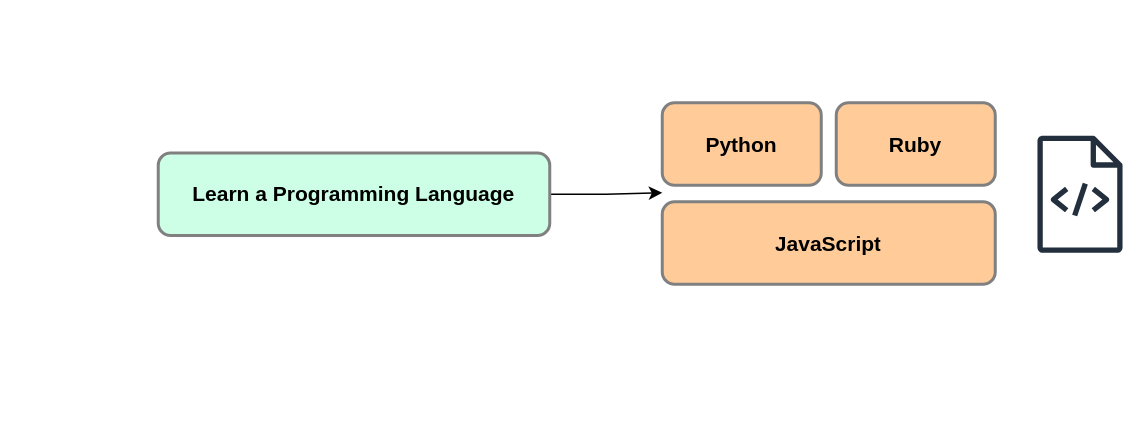
Before: MyLearning.drawio in abdulrm94/my-learning, a draw.io diagram. Source tidied: cells renumbered, new cells numbered last; positions are measured from the earlier drawing's top-left corner, leaving out a move shared by most shapes. Both pictures are drawn from the tidied source at 150%, with x=0, y=0 at pixel (158, 102).
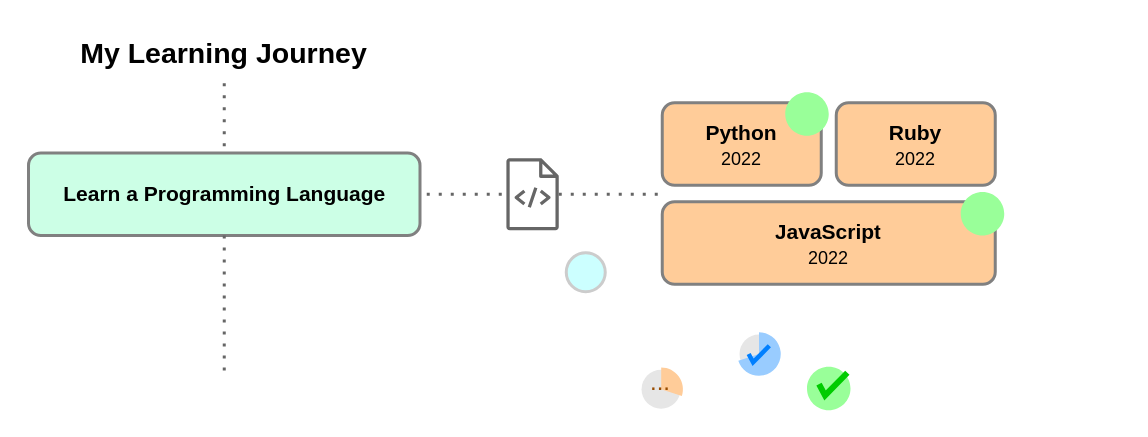
The same diagram, later.

The edit, as a diff of the source:
```diff
@@
-    <mxCell id="2" style="sketch=0;outlineConnect=0;fontColor=#232F3E;gradientColor=none;fillColor=#232F3D;strokeColor=none;dashed=0;verticalLabelPosition=bottom;verticalAlign=top;align=center;html=1;fontSize=12;fontStyle=0;shape=mxgraph.aws4.source_code;" parent="1" vertex="1">
-      <mxGeometry x="586" y="22" width="57" height="78" as="geometry" />
-    </mxCell>
-    <mxCell id="3" style="edgeStyle=orthogonalEdgeStyle;rounded=0;jettySize=auto;html=1;" parent="1" edge="1" source="4">
-      <mxGeometry relative="1" as="geometry">
-        <mxPoint x="336" y="60" as="targetPoint" />
-      </mxGeometry>
-    </mxCell>
     <mxCell id="4" value="Learn a Programming&amp;nbsp;Language" style="text;strokeColor=#808080;fillColor=#CCFFE6;align=center;verticalAlign=middle;spacingLeft=0;spacingRight=0;overflow=hidden;points=[[0,0.5],[1,0.5]];portConstraint=eastwest;whiteSpace=wrap;html=1;spacing=0;fontStyle=1;strokeWidth=2;rounded=1;fontSize=14;" parent="1" vertex="1">
-      <mxGeometry y="33.5" width="261" height="55" as="geometry" />
+      <mxGeometry x="-86.5" y="33.5" width="261" height="55" as="geometry" />
     </mxCell>
-    <mxCell id="5" value="Python" style="text;strokeColor=#808080;fillColor=#FFCC99;align=center;verticalAlign=middle;spacingLeft=0;spacingRight=0;overflow=hidden;whiteSpace=wrap;html=1;spacing=0;fontStyle=1;strokeWidth=2;rounded=1;fontSize=14;" parent="1" vertex="1">
+    <mxCell id="5" value="Python&lt;br&gt;&lt;font style=&quot;font-size: 12px; font-weight: normal;&quot;&gt;2022&lt;/font&gt;" style="text;strokeColor=#808080;fillColor=#FFCC99;align=center;verticalAlign=middle;spacingLeft=0;spacingRight=0;overflow=hidden;whiteSpace=wrap;html=1;spacing=0;fontStyle=1;strokeWidth=2;rounded=1;fontSize=14;" parent="1" vertex="1">
       <mxGeometry x="336" width="106" height="55" as="geometry" />
     </mxCell>
-    <mxCell id="6" value="Ruby" style="text;strokeColor=#808080;fillColor=#FFCC99;align=center;verticalAlign=middle;spacingLeft=0;spacingRight=0;overflow=hidden;whiteSpace=wrap;html=1;spacing=0;fontStyle=1;strokeWidth=2;rounded=1;fontSize=14;" parent="1" vertex="1">
+    <mxCell id="6" value="Ruby&lt;br&gt;&lt;span style=&quot;font-weight: normal;&quot;&gt;&lt;font style=&quot;font-size: 12px;&quot;&gt;2022&lt;/font&gt;&lt;/span&gt;" style="text;strokeColor=#808080;fillColor=#FFCC99;align=center;verticalAlign=middle;spacingLeft=0;spacingRight=0;overflow=hidden;whiteSpace=wrap;html=1;spacing=0;fontStyle=1;strokeWidth=2;rounded=1;fontSize=14;" parent="1" vertex="1">
       <mxGeometry x="452" width="106" height="55" as="geometry" />
     </mxCell>
-    <mxCell id="7" value="JavaScript" style="text;strokeColor=#808080;fillColor=#FFCC99;align=center;verticalAlign=middle;spacingLeft=0;spacingRight=0;overflow=hidden;whiteSpace=wrap;html=1;spacing=0;fontStyle=1;strokeWidth=2;rounded=1;fontSize=14;" parent="1" vertex="1">
+    <mxCell id="7" value="JavaScript&lt;br&gt;&lt;font style=&quot;font-size: 12px; font-weight: normal;&quot;&gt;2022&lt;/font&gt;" style="text;strokeColor=#808080;fillColor=#FFCC99;align=center;verticalAlign=middle;spacingLeft=0;spacingRight=0;overflow=hidden;whiteSpace=wrap;html=1;spacing=0;fontStyle=1;strokeWidth=2;rounded=1;fontSize=14;" parent="1" vertex="1">
       <mxGeometry x="336" y="66" width="222" height="55" as="geometry" />
     </mxCell>
+    <mxCell id="8" style="endArrow=none;dashed=1;html=1;dashPattern=1 3;strokeWidth=2;rounded=0;strokeColor=#666666;" parent="1" edge="1" source="2">
+      <mxGeometry relative="1" as="geometry">
+        <mxPoint x="334" y="61" as="targetPoint" />
+      </mxGeometry>
+    </mxCell>
+    <mxCell id="9" style="endArrow=none;dashed=1;html=1;dashPattern=1 3;strokeWidth=2;rounded=0;strokeColor=#666666;" parent="1" edge="1" target="2">
+      <mxGeometry relative="1" as="geometry">
+        <mxPoint x="179" y="61" as="sourcePoint" />
+      </mxGeometry>
+    </mxCell>
+    <mxCell id="2" style="sketch=0;outlineConnect=0;fontColor=#232F3E;gradientColor=none;fillColor=#666666;strokeColor=none;dashed=0;verticalLabelPosition=bottom;verticalAlign=top;align=center;html=1;fontSize=12;fontStyle=0;shape=mxgraph.aws4.source_code;" parent="1" vertex="1">
+      <mxGeometry x="232" y="37" width="35.1" height="48" as="geometry" />
+    </mxCell>
+    <mxCell id="10" value="My Learning Journey" style="text;html=1;strokeColor=none;fillColor=none;align=center;verticalAlign=middle;whiteSpace=wrap;rounded=0;fontSize=19;fontStyle=1;" parent="1" vertex="1">
+      <mxGeometry x="-88" y="-51" width="264" height="38" as="geometry" />
+    </mxCell>
+    <mxCell id="11" style="endArrow=none;dashed=1;html=1;dashPattern=1 3;strokeWidth=2;rounded=0;strokeColor=#666666;" parent="1" edge="1" source="10" target="4">
+      <mxGeometry relative="1" as="geometry" />
+    </mxCell>
+    <mxCell id="12" style="endArrow=none;dashed=1;html=1;dashPattern=1 3;strokeWidth=2;rounded=0;strokeColor=#666666;" parent="1" edge="1" source="4">
+      <mxGeometry relative="1" as="geometry">
+        <mxPoint x="44" y="179" as="targetPoint" />
+      </mxGeometry>
+    </mxCell>
+    <mxCell id="13" style="verticalLabelPosition=middle;verticalAlign=middle;html=1;shape=mxgraph.basic.partConcEllipse;startAngle=0;endAngle=1;arcWidth=3.22;strokeColor=none;fillColor=#99FF99;fontSize=22;fontColor=#10739E;align=center;fontStyle=1;whiteSpace=wrap;" parent="1" vertex="1">
+      <mxGeometry x="535" y="59.5" width="29" height="29" as="geometry" />
+    </mxCell>
+    <mxCell id="14" style="verticalLabelPosition=middle;verticalAlign=middle;html=1;shape=mxgraph.basic.partConcEllipse;startAngle=0;endAngle=1;arcWidth=1;strokeColor=none;fillColor=#99FF99;fontSize=22;fontColor=#10739E;align=center;fontStyle=1;whiteSpace=wrap;" parent="1" vertex="1">
+      <mxGeometry x="418" y="-7" width="29" height="29" as="geometry" />
+    </mxCell>
+    <mxCell id="15" style="group;" parent="1" vertex="1">
+      <mxGeometry x="272" y="100" width="26" height="26" as="geometry" />
+    </mxCell>
+    <mxCell id="16" style="ellipse;whiteSpace=wrap;html=1;strokeColor=#CCCCCC;fillColor=#CCFFFF;strokeWidth=2;" parent="15" vertex="1">
+      <mxGeometry width="26" height="26" as="geometry" />
+    </mxCell>
+    <mxCell id="17" style="group;" parent="1" vertex="1">
+      <mxGeometry x="386" y="153" width="29" height="29" as="geometry" />
+    </mxCell>
+    <mxCell id="18" style="ellipse;whiteSpace=wrap;html=1;strokeColor=none;fillColor=#E6E6E6;strokeWidth=2;" parent="17" vertex="1">
+      <mxGeometry x="1.5" y="1.5" width="26" height="26" as="geometry" />
+    </mxCell>
+    <mxCell id="19" style="verticalLabelPosition=middle;verticalAlign=middle;html=1;shape=mxgraph.basic.partConcEllipse;startAngle=0;endAngle=0.7;arcWidth=1;strokeColor=none;fillColor=#99CCFF;fontSize=22;fontColor=#10739E;align=center;fontStyle=1;whiteSpace=wrap;" parent="17" vertex="1">
+      <mxGeometry width="29" height="29" as="geometry" />
+    </mxCell>
+    <mxCell id="20" style="html=1;verticalLabelPosition=bottom;labelBackgroundColor=#ffffff;verticalAlign=top;shadow=0;dashed=0;strokeWidth=3;shape=mxgraph.ios7.misc.check;strokeColor=#007FFF;gradientColor=none;" parent="17" vertex="1">
+      <mxGeometry x="7.6" y="9" width="13.8" height="11" as="geometry" />
+    </mxCell>
+    <mxCell id="21" style="group;" parent="1" vertex="1">
+      <mxGeometry x="313" y="176" width="44.5" height="30" as="geometry" />
+    </mxCell>
+    <mxCell id="22" style="ellipse;whiteSpace=wrap;html=1;strokeColor=none;fillColor=#E6E6E6;strokeWidth=2;" parent="21" vertex="1">
+      <mxGeometry x="9.2" y="2" width="26" height="26" as="geometry" />
+    </mxCell>
+    <mxCell id="23" style="verticalLabelPosition=middle;verticalAlign=middle;html=1;shape=mxgraph.basic.partConcEllipse;startAngle=0;endAngle=0.3;arcWidth=1;strokeColor=none;fillColor=#FFCC99;fontSize=22;fontColor=#10739E;align=center;fontStyle=1;whiteSpace=wrap;" parent="21" vertex="1">
+      <mxGeometry x="7.8" y="0.5" width="29" height="29" as="geometry" />
+    </mxCell>
+    <mxCell id="24" value="..." style="text;html=1;strokeColor=none;fillColor=none;align=center;verticalAlign=middle;whiteSpace=wrap;rounded=0;horizontal=1;labelPosition=center;verticalLabelPosition=middle;spacing=-3;spacingTop=-8;fontColor=#994C00;fontSize=16;" parent="21" vertex="1">
+      <mxGeometry x="14.2" y="12.5" width="16" height="3" as="geometry" />
+    </mxCell>
+    <mxCell id="25" style="group;" parent="1" vertex="1">
+      <mxGeometry x="432.5" y="176" width="29" height="29" as="geometry" />
+    </mxCell>
+    <mxCell id="26" style="verticalLabelPosition=middle;verticalAlign=middle;html=1;shape=mxgraph.basic.partConcEllipse;startAngle=0;endAngle=1;arcWidth=1;strokeColor=none;fillColor=#99FF99;fontSize=22;fontColor=#10739E;align=center;fontStyle=1;whiteSpace=wrap;" parent="25" vertex="1">
+      <mxGeometry width="29" height="29" as="geometry" />
+    </mxCell>
+    <mxCell id="27" style="html=1;verticalLabelPosition=bottom;labelBackgroundColor=#ffffff;verticalAlign=top;shadow=0;dashed=0;strokeWidth=4;shape=mxgraph.ios7.misc.check;strokeColor=#00CC00;gradientColor=none;" parent="25" vertex="1">
+      <mxGeometry x="8" y="4" width="18.9" height="15.1" as="geometry" />
+    </mxCell>
```
